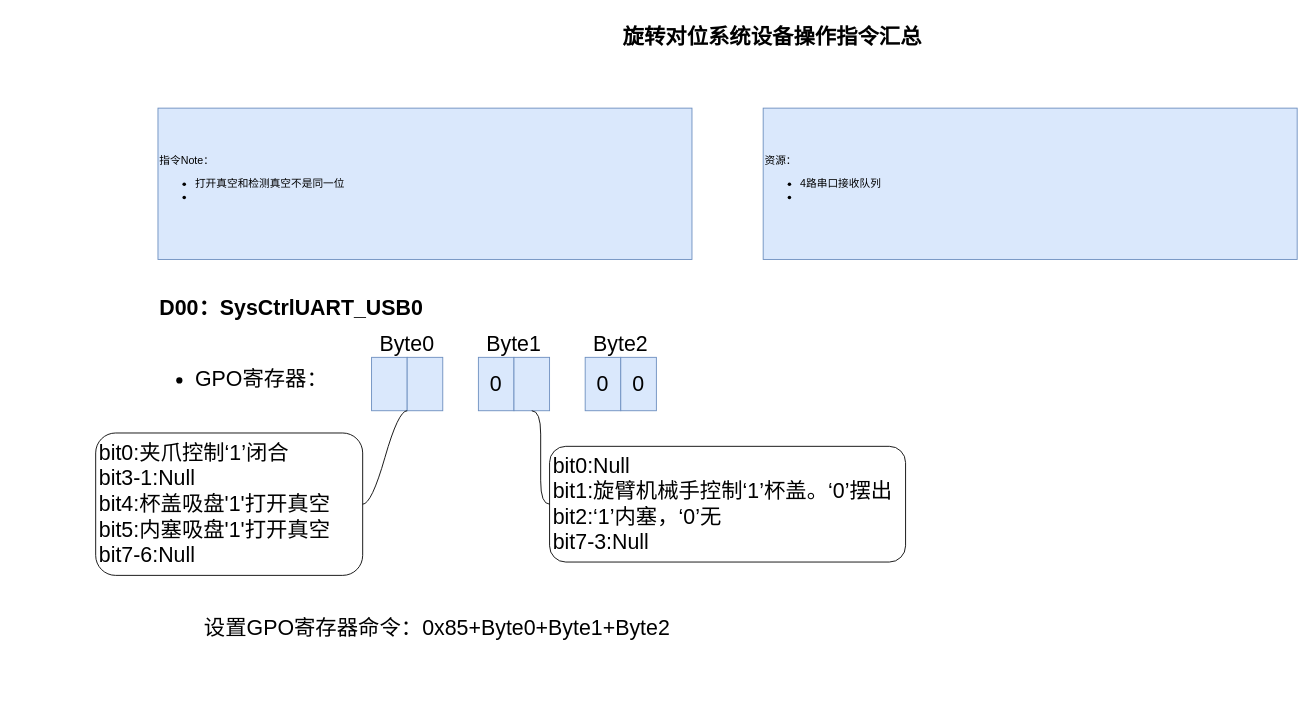
FalconARDev2018/falcon_mc6s16_v10r00 keeps this draw.io diagram as page "寄存器说明" (2 of 2) of 旋转对位系统设备指令汇总.drawio. Above is the earlier version. Source tidied: cells renumbered, new cells numbered last; positions are measured from the earlier drawing's top-left corner, leaving out a move shared by most shapes. Both pictures are drawn from the tidied source at 89%, with x=0, y=0 at pixel (95, 19).
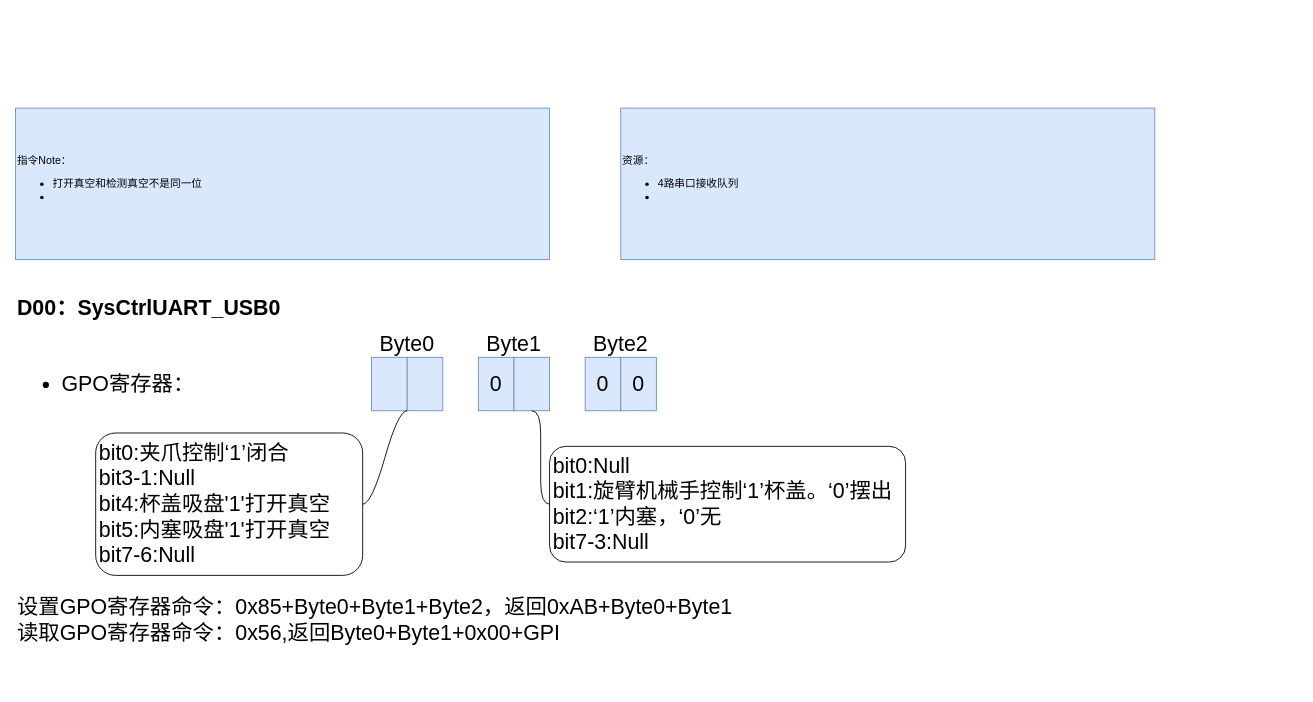
The same diagram, later.

Commit message:
更新旋转对位系统设备指令汇总.drawio

Change to the diagram source:
```diff
@@
-    <mxCell id="2" value="旋转对位系统设备操作指令汇总" style="text;strokeColor=none;fillColor=none;html=1;fontSize=24;fontStyle=1;verticalAlign=middle;align=center;rounded=0;shadow=1;" parent="1" vertex="1">
-      <mxGeometry x="370" width="780" height="40" as="geometry" />
-    </mxCell>
     <mxCell id="3" value="&lt;div align=&quot;left&quot;&gt;指令Note：&lt;/div&gt;&lt;div align=&quot;left&quot;&gt;&lt;ul&gt;&lt;li&gt;打开真空和检测真空不是同一位&lt;/li&gt;&lt;li&gt;&lt;br&gt;&lt;/li&gt;&lt;/ul&gt;&lt;/div&gt;" style="rounded=0;whiteSpace=wrap;html=1;fillColor=#dae8fc;strokeColor=#6c8ebf;align=left;" parent="1" vertex="1">
-      <mxGeometry x="70" y="100" width="600" height="170" as="geometry" />
+      <mxGeometry x="-90" y="100" width="600" height="170" as="geometry" />
     </mxCell>
     <mxCell id="4" value="&lt;div&gt;资源：&lt;/div&gt;&lt;div&gt;&lt;ul&gt;&lt;li&gt;4路串口接收队列&lt;/li&gt;&lt;li&gt;&lt;br&gt;&lt;/li&gt;&lt;/ul&gt;&lt;/div&gt;" style="rounded=0;whiteSpace=wrap;html=1;fillColor=#dae8fc;strokeColor=#6c8ebf;align=left;" parent="1" vertex="1">
-      <mxGeometry x="750" y="100" width="600" height="170" as="geometry" />
+      <mxGeometry x="590" y="100" width="600" height="170" as="geometry" />
     </mxCell>
     <mxCell id="5" value="D00：SysCtrlUART_USB0" style="text;strokeColor=none;align=left;fillColor=none;html=1;verticalAlign=middle;whiteSpace=wrap;rounded=0;fontStyle=1;fontSize=24;" parent="1" vertex="1">
-      <mxGeometry x="70" y="310" width="550" height="30" as="geometry" />
+      <mxGeometry x="-90" y="310" width="550" height="30" as="geometry" />
     </mxCell>
     <mxCell id="6" value="&lt;div&gt;&lt;ul&gt;&lt;li&gt;GPO寄存器：&lt;br&gt;&lt;/li&gt;&lt;/ul&gt;&lt;/div&gt;" style="text;strokeColor=none;align=left;fillColor=none;html=1;verticalAlign=middle;whiteSpace=wrap;rounded=0;fontSize=24;" parent="1" vertex="1">
-      <mxGeometry x="70" y="370" width="200" height="70" as="geometry" />
+      <mxGeometry x="-80" y="375" width="200" height="70" as="geometry" />
     </mxCell>
@@
-    <mxCell id="16" value="设置GPO寄存器命令：0x85+Byte0+Byte1+Byte2" style="text;strokeColor=none;align=left;fillColor=none;html=1;verticalAlign=middle;whiteSpace=wrap;rounded=0;fontSize=24;" parent="1" vertex="1">
-      <mxGeometry x="120" y="670" width="620" height="30" as="geometry" />
+    <mxCell id="16" value="&lt;div&gt;设置GPO寄存器命令：0x85+Byte0+Byte1+Byte2，返回0xAB+Byte0+Byte1&lt;/div&gt;&lt;div&gt;读取GPO寄存器命令：0x56,返回Byte0+Byte1+0x00+GPI&lt;/div&gt;&lt;div&gt;&lt;br&gt;&lt;/div&gt;" style="text;strokeColor=none;align=left;fillColor=none;html=1;verticalAlign=middle;whiteSpace=wrap;rounded=0;fontSize=24;" parent="1" vertex="1">
+      <mxGeometry x="-90" y="630" width="1210" height="120" as="geometry" />
     </mxCell>
```
